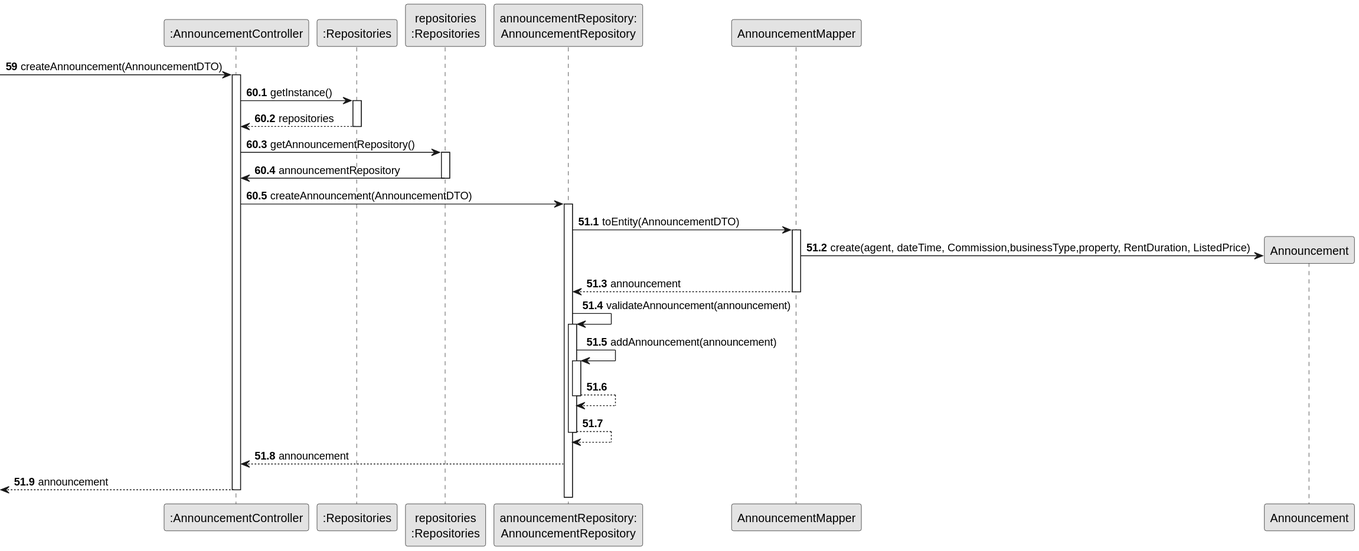
Shushizinho/RealEstateUSASystem keeps this PlantUML diagram as docs/sprintD/us002/03.design/svg/us002-sequence-diagram-partial-create-announcement-sale.svg. Above is the earlier version.
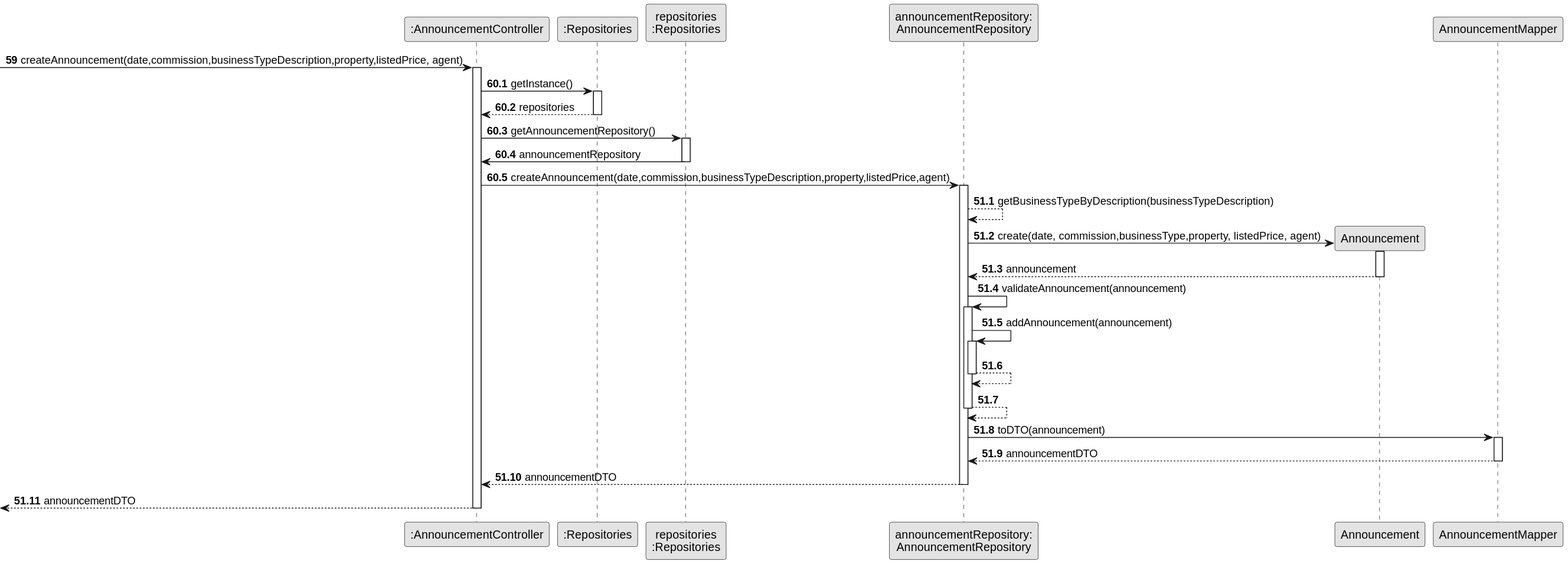
The same diagram one commit later.

Diff of the diagram source:
```diff
@@ -10,11 +10,12 @@
 participant ":Repositories" as RepositorySingleton
 participant "repositories\n:Repositories" as PLAT
 participant "announcementRepository:\nAnnouncementRepository" as AR
+participant "Announcement" as AN
 participant "AnnouncementMapper" as AM
-participant "Announcement" as AN
 
   autonumber 59
-     -> CTRL: createAnnouncement(AnnouncementDTO)
+     -> CTRL: createAnnouncement(date,commission,businessTypeDescription,property,listedPrice, agent)
+
      activate CTRL
 
 
@@ -31,18 +32,17 @@
                    PLAT -> CTRL : announcementRepository
                                    deactivate PLAT
 
-               CTRL -> AR: createAnnouncement(AnnouncementDTO)
+               CTRL -> AR: createAnnouncement(date,commission,businessTypeDescription,property,listedPrice,agent)
                  activate AR
 
            autonumber 51.1
-                               AR -> AM: toEntity(AnnouncementDTO)
-                               activate AM
+                               AR --> AR :getBusinessTypeByDescription(businessTypeDescription)
+                               AR -> AN**: create(date, commission,businessType,property, listedPrice, agent)
+                               activate AN
 
+                               AN --> AR: announcement
+                               deactivate AN
 
-
-                                AM -> AN**: create(agent, dateTime, Commission,businessType,property, RentDuration, ListedPrice)
-                                AM --> AR: announcement
-                                deactivate AM
 
 
                                AR -> AR: validateAnnouncement(announcement)
@@ -55,11 +55,19 @@
 
                            deactivate AR
 
+                            AR -> AM: toDTO(announcement)
+                               activate AM
 
-              AR --> CTRL: announcement
+                               AM--> AR : announcementDTO
+                               deactivate AM
 
 
-               <-- CTRL : announcement
+              AR --> CTRL: announcementDTO
+
+              deactivate AR
+
+
+               <-- CTRL : announcementDTO
               deactivate CTRL
 
 
```
